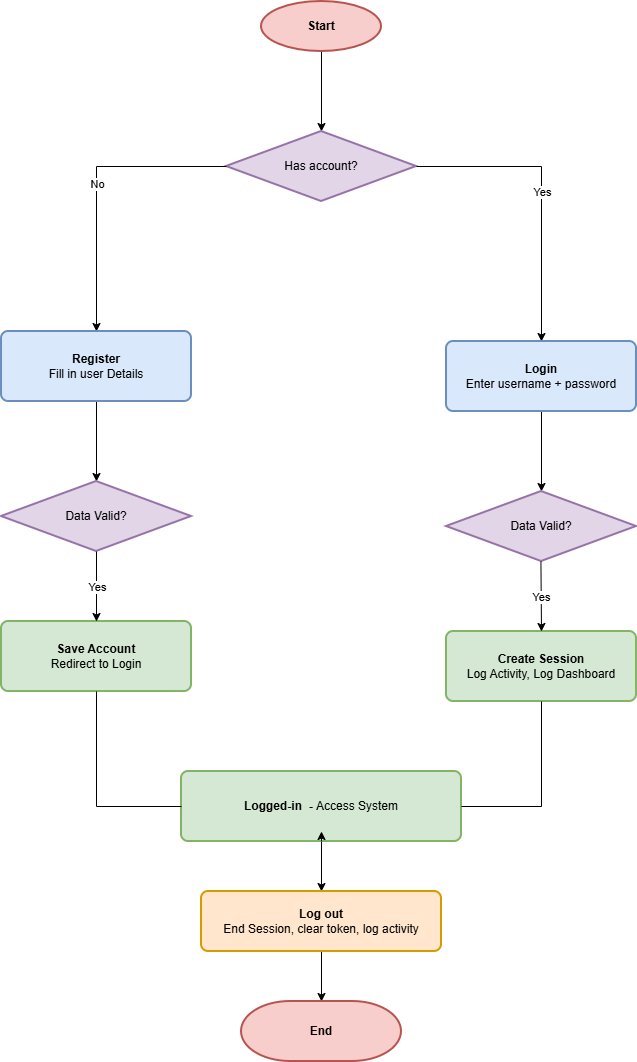
This is docs/User_Authentication.drawio.png from geloxh/it-productivity, a draw.io export, as it was before one commit. Source tidied: cells renumbered, new cells last; positions are measured from the earlier drawing's top-left corner, leaving out a move shared by most shapes.
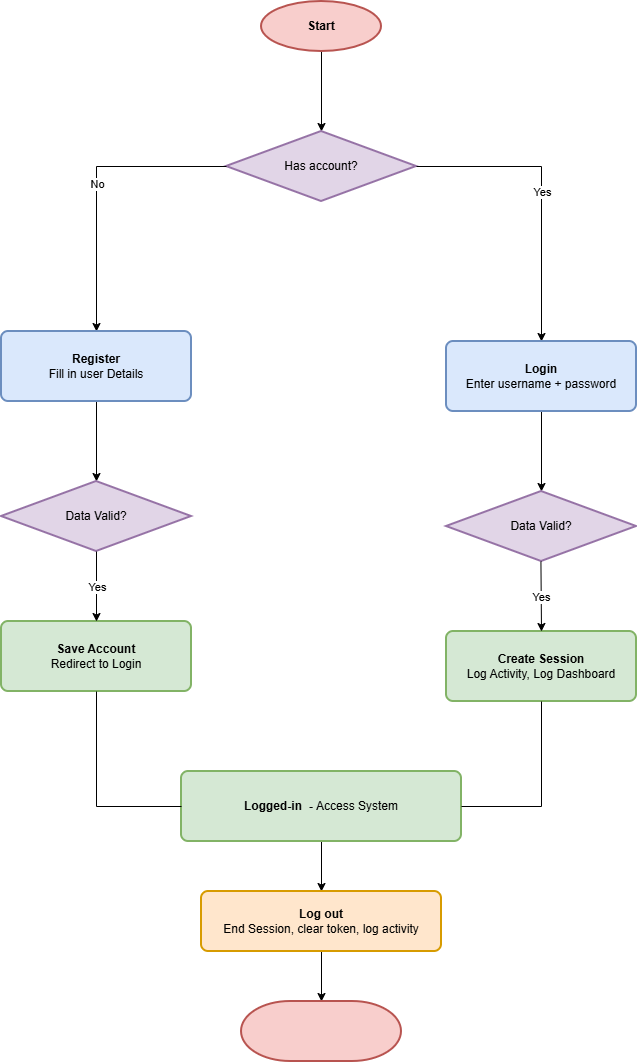
After the commit.

Diff of the diagram source:
```diff
@@ -93,10 +93,7 @@
     <mxCell id="26" value="&lt;b&gt;Log out&lt;/b&gt;&lt;div&gt;End Session, clear token, log activity&lt;/div&gt;" style="rounded=1;whiteSpace=wrap;html=1;absoluteArcSize=1;arcSize=14;strokeWidth=2;fillColor=#ffe6cc;strokeColor=#d79b00;" parent="1" vertex="1">
       <mxGeometry x="200" y="890" width="240" height="60" as="geometry" />
     </mxCell>
-    <mxCell id="27" style="edgeStyle=orthogonalEdgeStyle;rounded=0;orthogonalLoop=1;jettySize=auto;html=1;exitX=0.5;exitY=1;exitDx=0;exitDy=0;entryX=0.5;entryY=0.857;entryDx=0;entryDy=0;entryPerimeter=0;" parent="1" edge="1" source="22" target="22">
-      <mxGeometry relative="1" as="geometry" />
-    </mxCell>
-    <mxCell id="28" value="&lt;b&gt;End&lt;/b&gt;" style="strokeWidth=2;html=1;shape=mxgraph.flowchart.terminator;whiteSpace=wrap;fillColor=#f8cecc;strokeColor=#b85450;" parent="1" vertex="1">
+    <mxCell id="28" style="strokeWidth=2;html=1;shape=mxgraph.flowchart.terminator;whiteSpace=wrap;fillColor=#f8cecc;strokeColor=#b85450;" parent="1" vertex="1">
       <mxGeometry x="240" y="1000" width="160" height="60" as="geometry" />
     </mxCell>
   </root>
```
